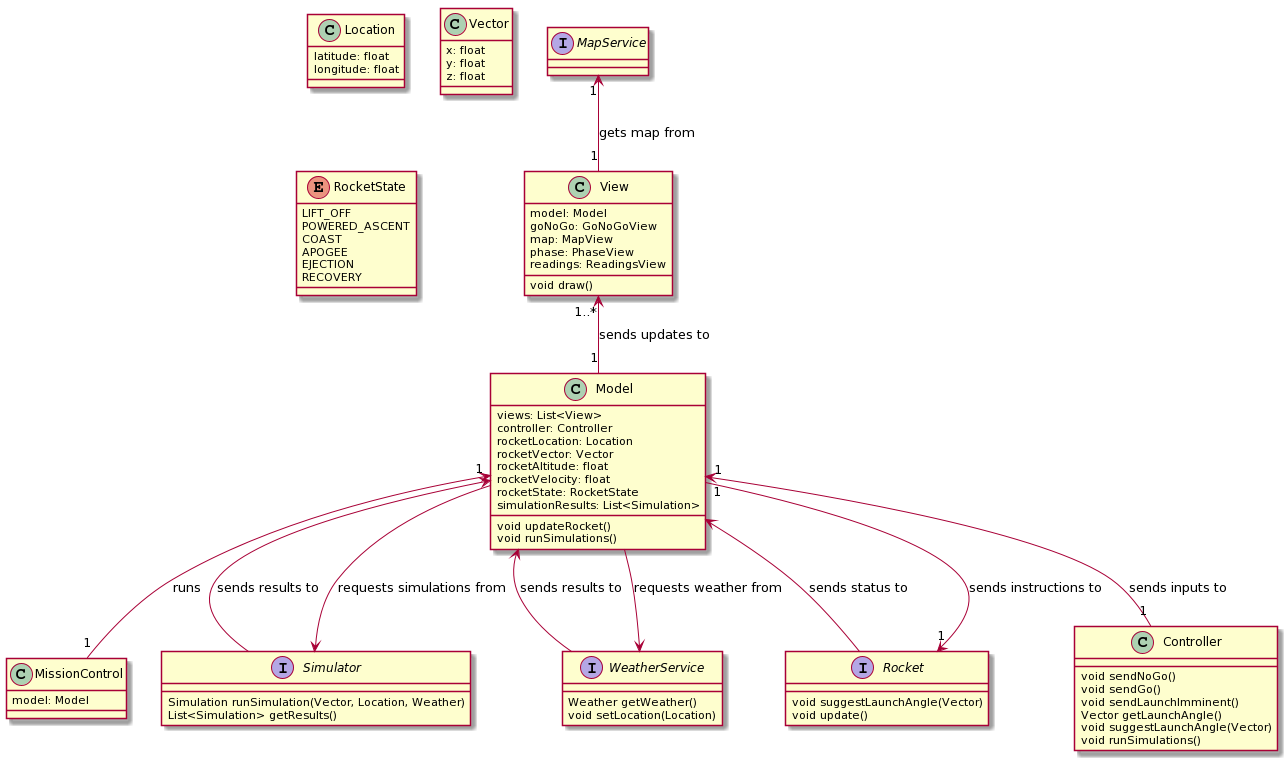
andrewellio/mission-control- keeps this PlantUML diagram as uml_diagrams/class_diagram/class_diagram.png. Above is the earlier version.
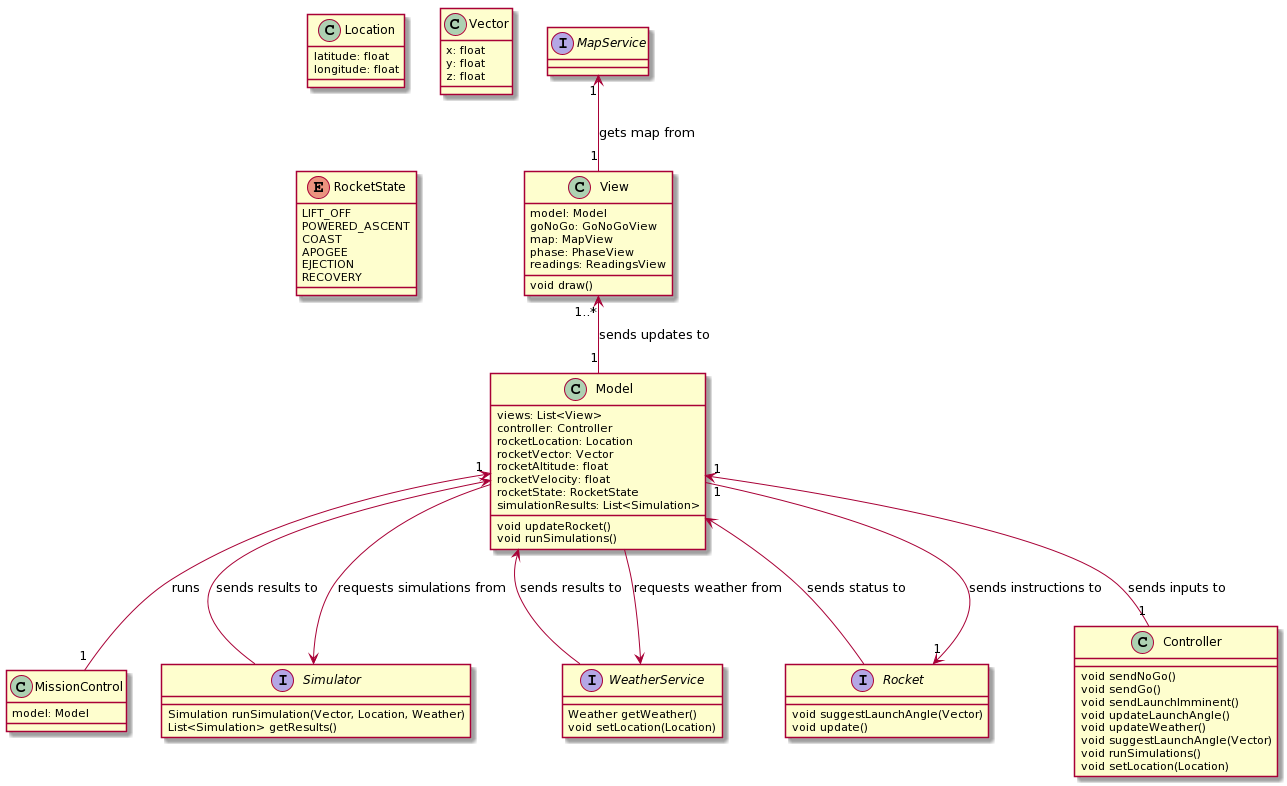
After the change.

What changed in the source:
```diff
@@ -37,9 +37,11 @@
   void sendNoGo()
   void sendGo()
   void sendLaunchImminent()
-  Vector getLaunchAngle()
+  void updateLaunchAngle()
+  void updateWeather()
   void suggestLaunchAngle(Vector)
   void runSimulations()
+  void setLocation(Location)
 }
 Model "1" <-- "1" Controller : sends inputs to
 
@@ -82,6 +84,5 @@
 }
 Model <-- WeatherService : sends results to
 
-
 interface MapService
 @enduml
```
